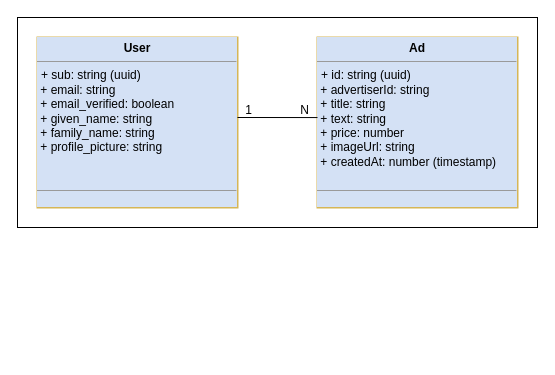
Above: page "class" (4 of 4) of thesis/diagrams.drawio in maticluka999/adverto (draw.io), before the change. Source tidied: cells renumbered, new cells numbered last; positions are measured from the earlier drawing's top-left corner, leaving out a move shared by most shapes. Both pictures are drawn from the tidied source at 100%, with x=0, y=0 at pixel (17, 17).
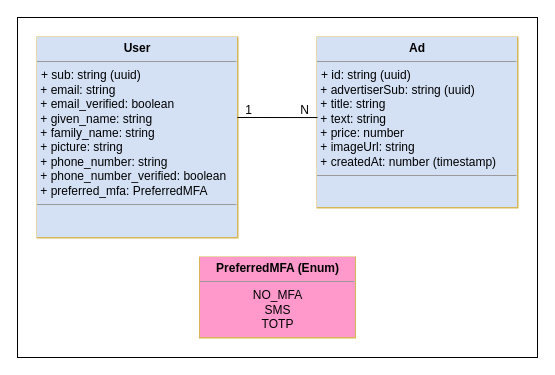
Above is the later version.

What changed in the source:
```diff
@@
 <mxGraphModel>
   <root>
     <mxCell id="0" />
     <mxCell id="1" parent="0" />
     <mxCell id="2" style="rounded=0;whiteSpace=wrap;html=1;" parent="1" vertex="1">
-      <mxGeometry width="520" height="210" as="geometry" />
+      <mxGeometry width="520" height="340" as="geometry" />
     </mxCell>
-    <mxCell id="3" value="&lt;p style=&quot;margin:0px;margin-top:4px;text-align:center;&quot;&gt;&lt;b&gt;User&lt;/b&gt;&lt;/p&gt;&lt;hr size=&quot;1&quot;&gt;&lt;p style=&quot;margin:0px;margin-left:4px;&quot;&gt;+ sub: string (uuid)&lt;/p&gt;&amp;nbsp;+ email: string&lt;br&gt;&amp;nbsp;+ email_verified: boolean&lt;br&gt;&amp;nbsp;+ given_name: string&lt;br&gt;&amp;nbsp;+ family_name: string&lt;br&gt;&amp;nbsp;+ profile_picture: string&lt;br&gt;&lt;br&gt;&lt;br&gt;&lt;div style=&quot;display:none&quot; id=&quot;SDCloudData&quot;&gt;&lt;/div&gt;&lt;hr size=&quot;1&quot;&gt;&lt;p style=&quot;margin:0px;margin-left:4px;&quot;&gt;&lt;br&gt;&lt;/p&gt;" style="verticalAlign=top;align=left;overflow=fill;fontSize=12;fontFamily=Helvetica;html=1;labelBackgroundColor=#D4E1F5;strokeColor=#d6b656;strokeWidth=2;fillColor=none;" parent="1" vertex="1">
-      <mxGeometry x="20" y="20" width="200" height="170" as="geometry" />
+    <mxCell id="3" value="&lt;p style=&quot;margin:0px;margin-top:4px;text-align:center;&quot;&gt;&lt;b&gt;User&lt;/b&gt;&lt;/p&gt;&lt;hr size=&quot;1&quot;&gt;&lt;p style=&quot;margin:0px;margin-left:4px;&quot;&gt;+ sub: string (uuid)&lt;/p&gt;&amp;nbsp;+ email: string&lt;br&gt;&amp;nbsp;+ email_verified: boolean&lt;br&gt;&amp;nbsp;+ given_name: string&lt;br&gt;&amp;nbsp;+ family_name: string&lt;br&gt;&amp;nbsp;+ picture: string&lt;br&gt;&amp;nbsp;+ phone_number: string&lt;br&gt;&amp;nbsp;+ phone_number_verified: boolean&lt;br&gt;&amp;nbsp;+ preferred_mfa: PreferredMFA&lt;br&gt;&lt;div style=&quot;display:none&quot; id=&quot;SDCloudData&quot;&gt;&lt;/div&gt;&lt;hr size=&quot;1&quot;&gt;&lt;p style=&quot;margin:0px;margin-left:4px;&quot;&gt;&lt;br&gt;&lt;/p&gt;" style="verticalAlign=top;align=left;overflow=fill;fontSize=12;fontFamily=Helvetica;html=1;labelBackgroundColor=#D4E1F5;strokeColor=#d6b656;strokeWidth=2;fillColor=none;" parent="1" vertex="1">
+      <mxGeometry x="20" y="20" width="200" height="200" as="geometry" />
     </mxCell>
-    <mxCell id="4" value="&lt;p style=&quot;margin:0px;margin-top:4px;text-align:center;&quot;&gt;&lt;b&gt;Ad&lt;/b&gt;&lt;/p&gt;&lt;hr size=&quot;1&quot;&gt;&lt;p style=&quot;margin:0px;margin-left:4px;&quot;&gt;+ id: string (uuid)&lt;/p&gt;&amp;nbsp;+ advertiserId: string&lt;br&gt;&amp;nbsp;+ title: string&lt;br&gt;&amp;nbsp;+ text: string&lt;br&gt;&amp;nbsp;+ price: number&lt;br&gt;&amp;nbsp;+ imageUrl: string&lt;br&gt;&amp;nbsp;+ createdAt: number (timestamp)&lt;br&gt;&lt;br&gt;&lt;div style=&quot;display:none&quot; id=&quot;SDCloudData&quot;&gt;&lt;/div&gt;&lt;hr size=&quot;1&quot;&gt;&lt;p style=&quot;margin:0px;margin-left:4px;&quot;&gt;&lt;br&gt;&lt;/p&gt;" style="verticalAlign=top;align=left;overflow=fill;fontSize=12;fontFamily=Helvetica;html=1;labelBackgroundColor=#D4E1F5;strokeColor=#d6b656;strokeWidth=2;fillColor=none;" parent="1" vertex="1">
+    <mxCell id="4" value="&lt;p style=&quot;margin:0px;margin-top:4px;text-align:center;&quot;&gt;&lt;b&gt;Ad&lt;/b&gt;&lt;/p&gt;&lt;hr size=&quot;1&quot;&gt;&lt;p style=&quot;margin:0px;margin-left:4px;&quot;&gt;+ id: string (uuid)&lt;/p&gt;&amp;nbsp;+ advertiserSub: string (uuid)&lt;br&gt;&amp;nbsp;+ title: string&lt;br&gt;&amp;nbsp;+ text: string&lt;br&gt;&amp;nbsp;+ price: number&lt;br&gt;&amp;nbsp;+ imageUrl: string&lt;br&gt;&amp;nbsp;+ createdAt: number (timestamp)&lt;br&gt;&lt;div style=&quot;display:none&quot; id=&quot;SDCloudData&quot;&gt;&lt;/div&gt;&lt;hr size=&quot;1&quot;&gt;&lt;p style=&quot;margin:0px;margin-left:4px;&quot;&gt;&lt;br&gt;&lt;/p&gt;" style="verticalAlign=top;align=left;overflow=fill;fontSize=12;fontFamily=Helvetica;html=1;labelBackgroundColor=#D4E1F5;strokeColor=#d6b656;strokeWidth=2;fillColor=none;" parent="1" vertex="1">
       <mxGeometry x="300" y="20" width="200" height="170" as="geometry" />
     </mxCell>
     <mxCell id="5" style="endArrow=none;startArrow=none;html=1;rounded=0;entryX=0;entryY=0.471;entryDx=0;entryDy=0;entryPerimeter=0;startFill=0;endFill=0;" parent="1" edge="1" target="4">
       <mxGeometry relative="1" as="geometry">
         <mxPoint x="220" y="100" as="sourcePoint" />
       </mxGeometry>
     </mxCell>
     <mxCell id="6" value="1" style="text;html=1;align=center;verticalAlign=middle;strokeColor=none;fillColor=none;" parent="1" vertex="1">
       <mxGeometry x="216" y="78" width="30" height="30" as="geometry" />
     </mxCell>
     <mxCell id="7" value="N" style="text;html=1;align=center;verticalAlign=middle;strokeColor=none;fillColor=none;" parent="1" vertex="1">
       <mxGeometry x="272" y="78" width="30" height="30" as="geometry" />
     </mxCell>
+    <mxCell id="8" value="&lt;p style=&quot;margin: 4px 0px 0px;&quot;&gt;&lt;span style=&quot;&quot;&gt;&lt;b&gt;PreferredMFA (Enum)&lt;/b&gt;&lt;/span&gt;&lt;br&gt;&lt;/p&gt;&lt;hr size=&quot;1&quot;&gt;&lt;p style=&quot;margin:0px;margin-left:4px;&quot;&gt;&lt;/p&gt;NO_MFA&lt;br&gt;SMS&lt;br&gt;TOTP&lt;br&gt;&lt;br&gt;&lt;br&gt;&lt;br&gt;&lt;div style=&quot;display:none&quot; id=&quot;SDCloudData&quot;&gt;&lt;/div&gt;&lt;hr size=&quot;1&quot;&gt;&lt;p style=&quot;margin:0px;margin-left:4px;&quot;&gt;&lt;br&gt;&lt;/p&gt;" style="verticalAlign=top;align=center;overflow=fill;fontSize=12;fontFamily=Helvetica;html=1;labelBackgroundColor=#FF99CC;strokeColor=#d6b656;strokeWidth=2;fillColor=#FF99CC;" parent="1" vertex="1">
+      <mxGeometry x="182.5" y="240" width="155" height="80" as="geometry" />
+    </mxCell>
   </root>
 </mxGraphModel>
```
